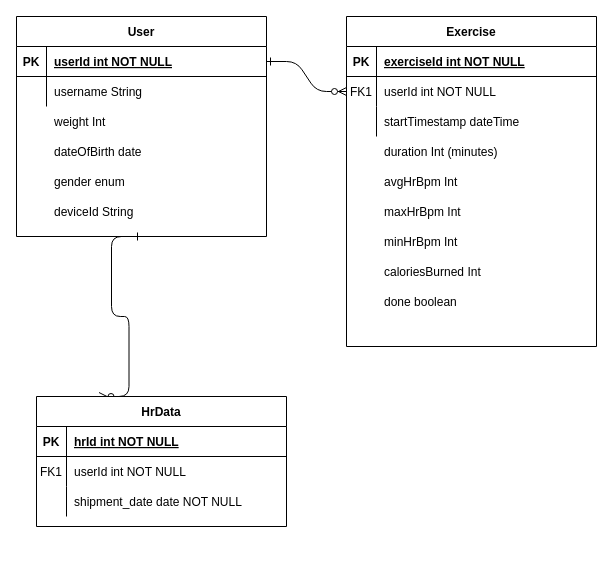
This is my-thesis/diagrams/ham-entity.drawio from ba-nhermanto/thesis, a draw.io file, before an edit. Source tidied: cells renumbered, new cells numbered last; positions are measured from the earlier drawing's top-left corner, leaving out a move shared by most shapes. Both pictures are drawn from the tidied source at 100%, with x=0, y=0 at pixel (16, 16).
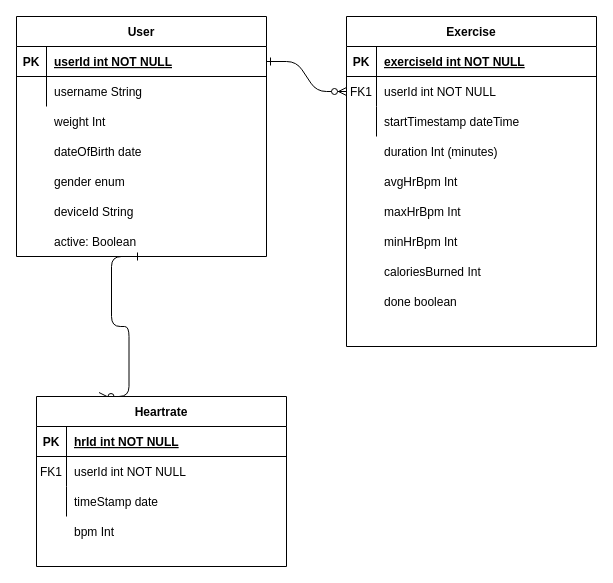
Above is the later version.

The change refers to these unchanged cells:
```xml
<mxCell id="21" style="shape=partialRectangle;fillColor=none;top=0;left=0;right=0;bottom=0;" parent="14" vertex="1">
  <mxGeometry y="90" width="250" height="30" as="geometry" />
</mxCell>
```

What changed in the source:
```diff
@@
-    <mxCell id="14" value="HrData" style="shape=table;startSize=30;childLayout=tableLayout;rowLines=0;fontStyle=1;align=center;" parent="1" vertex="1">
-      <mxGeometry x="20" y="380" width="250" height="130" as="geometry" />
+    <mxCell id="14" value="Heartrate" style="shape=table;startSize=30;childLayout=tableLayout;rowLines=0;fontStyle=1;align=center;" parent="1" vertex="1">
+      <mxGeometry x="20" y="380" width="250" height="170" as="geometry" />
     </mxCell>
@@
-    <mxCell id="23" value="shipment_date date NOT NULL" style="shape=partialRectangle;overflow=hidden;fillColor=none;top=0;left=0;bottom=0;right=0;align=left;spacingLeft=6;" parent="21" vertex="1">
+    <mxCell id="23" value="timeStamp date" style="shape=partialRectangle;overflow=hidden;fillColor=none;top=0;left=0;bottom=0;right=0;align=left;spacingLeft=6;" parent="21" vertex="1">
       <mxGeometry x="30" width="220" height="30" as="geometry" />
     </mxCell>
     <mxCell id="24" value="User" style="shape=table;startSize=30;childLayout=tableLayout;rowLines=0;fontStyle=1;align=center;" parent="1" vertex="1">
-      <mxGeometry width="250" height="220" as="geometry" />
+      <mxGeometry width="250" height="240" as="geometry" />
     </mxCell>
@@
+    <mxCell id="41" value="bpm Int" style="shape=partialRectangle;overflow=hidden;fillColor=none;top=0;left=0;bottom=0;right=0;align=left;spacingLeft=6;" parent="1" vertex="1">
+      <mxGeometry x="50" y="500" width="220" height="30" as="geometry" />
+    </mxCell>
+    <mxCell id="42" value="active: Boolean" style="shape=partialRectangle;overflow=hidden;fillColor=none;top=0;left=0;bottom=0;right=0;align=left;spacingLeft=6;" parent="1" vertex="1">
+      <mxGeometry x="30" y="210" width="220" height="30" as="geometry" />
+    </mxCell>
```
